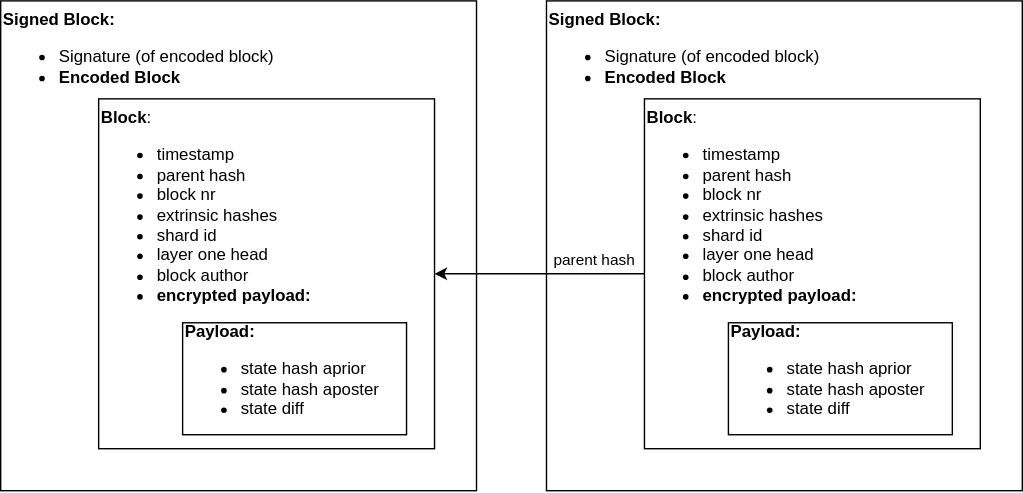
Earlier version of the draw.io export BlockStructure.svg (haerdib/substraTEE_diagramms). Source tidied: cells renumbered, new cells last; positions are measured from the earlier drawing's top-left corner, leaving out a move shared by most shapes.
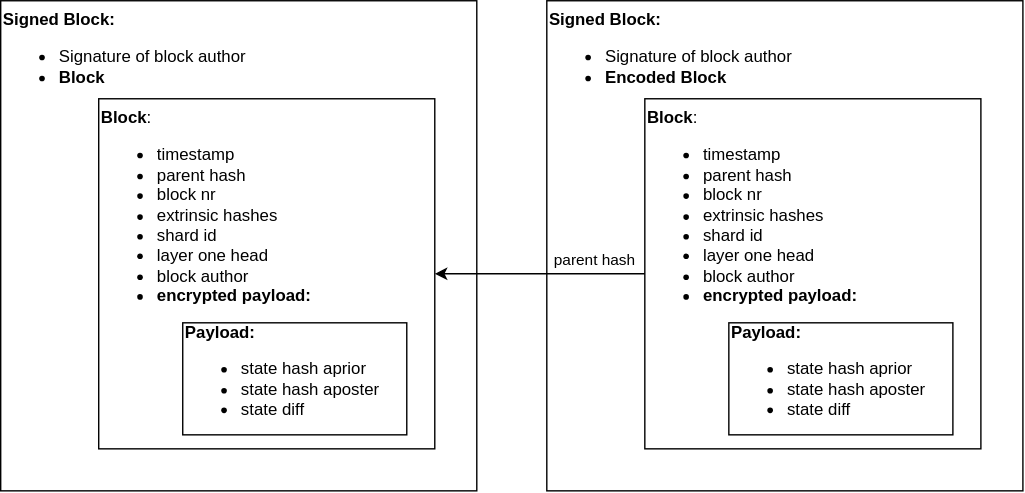
After the commit.

What changed in the source:
```diff
@@ -2,7 +2,7 @@
   <root>
     <mxCell id="0" />
     <mxCell id="1" parent="0" />
-    <mxCell id="2" value="&lt;div&gt;&lt;b&gt;Signed Block:&lt;/b&gt;&lt;/div&gt;&lt;div&gt;&lt;ul&gt;&lt;li&gt;Signature (of encoded block)&lt;br&gt;&lt;/li&gt;&lt;li&gt;&lt;b&gt;Encoded Block&lt;/b&gt;&lt;/li&gt;&lt;/ul&gt;&lt;/div&gt;" style="rounded=0;whiteSpace=wrap;html=1;align=left;verticalAlign=top;" parent="1" vertex="1">
+    <mxCell id="2" value="&lt;div&gt;&lt;b&gt;Signed Block:&lt;/b&gt;&lt;/div&gt;&lt;div&gt;&lt;ul&gt;&lt;li&gt;Signature of block author&lt;br&gt;&lt;/li&gt;&lt;li&gt;&lt;b&gt;Block&lt;/b&gt;&lt;/li&gt;&lt;/ul&gt;&lt;/div&gt;" style="rounded=0;whiteSpace=wrap;html=1;align=left;verticalAlign=top;" parent="1" vertex="1">
       <mxGeometry width="340" height="350" as="geometry" />
     </mxCell>
     <mxCell id="3" value="&lt;div align=&quot;left&quot;&gt;&lt;b&gt;Block&lt;/b&gt;:&lt;br&gt;&lt;ul&gt;&lt;li&gt;timestamp&lt;/li&gt;&lt;li&gt;parent hash&lt;/li&gt;&lt;li&gt;block nr&lt;/li&gt;&lt;li&gt;extrinsic hashes&lt;/li&gt;&lt;li&gt;shard id&lt;/li&gt;&lt;li&gt;layer one head&lt;/li&gt;&lt;li&gt;block author&lt;/li&gt;&lt;li&gt;&lt;b&gt;encrypted payload:&lt;/b&gt;&lt;/li&gt;&lt;/ul&gt;&lt;/div&gt;" style="rounded=0;whiteSpace=wrap;html=1;align=left;verticalAlign=top;" parent="1" vertex="1">
@@ -11,7 +11,7 @@
     <mxCell id="4" value="&lt;div align=&quot;left&quot;&gt;&lt;b&gt;Payload:&lt;/b&gt;&lt;/div&gt;&lt;ul&gt;&lt;li&gt;state hash aprior&lt;/li&gt;&lt;li&gt;state hash aposter&lt;/li&gt;&lt;li&gt;state diff&lt;/li&gt;&lt;/ul&gt;" style="rounded=0;whiteSpace=wrap;html=1;align=left;" parent="1" vertex="1">
       <mxGeometry x="130" y="230" width="160" height="80" as="geometry" />
     </mxCell>
-    <mxCell id="5" value="&lt;div&gt;&lt;b&gt;Signed Block:&lt;/b&gt;&lt;/div&gt;&lt;div&gt;&lt;ul&gt;&lt;li&gt;Signature (of encoded block)&lt;/li&gt;&lt;li&gt;&lt;b&gt;Encoded Block&lt;/b&gt;&lt;/li&gt;&lt;/ul&gt;&lt;/div&gt;" style="rounded=0;whiteSpace=wrap;html=1;align=left;verticalAlign=top;" parent="1" vertex="1">
+    <mxCell id="5" value="&lt;div&gt;&lt;b&gt;Signed Block:&lt;/b&gt;&lt;/div&gt;&lt;div&gt;&lt;ul&gt;&lt;li&gt;Signature of block author&lt;/li&gt;&lt;li&gt;&lt;b&gt;Encoded Block&lt;/b&gt;&lt;/li&gt;&lt;/ul&gt;&lt;/div&gt;" style="rounded=0;whiteSpace=wrap;html=1;align=left;verticalAlign=top;" parent="1" vertex="1">
       <mxGeometry x="390" width="340" height="350" as="geometry" />
     </mxCell>
     <mxCell id="6" value="&lt;div align=&quot;left&quot;&gt;&lt;b&gt;Block&lt;/b&gt;:&lt;br&gt;&lt;ul&gt;&lt;li&gt;timestamp&lt;/li&gt;&lt;li&gt;parent hash&lt;/li&gt;&lt;li&gt;block nr&lt;/li&gt;&lt;li&gt;extrinsic hashes&lt;/li&gt;&lt;li&gt;shard id&lt;/li&gt;&lt;li&gt;layer one head&lt;/li&gt;&lt;li&gt;block author&lt;/li&gt;&lt;li&gt;&lt;b&gt;encrypted payload:&lt;/b&gt;&lt;/li&gt;&lt;/ul&gt;&lt;/div&gt;" style="rounded=0;whiteSpace=wrap;html=1;align=left;verticalAlign=top;" parent="1" vertex="1">
```
